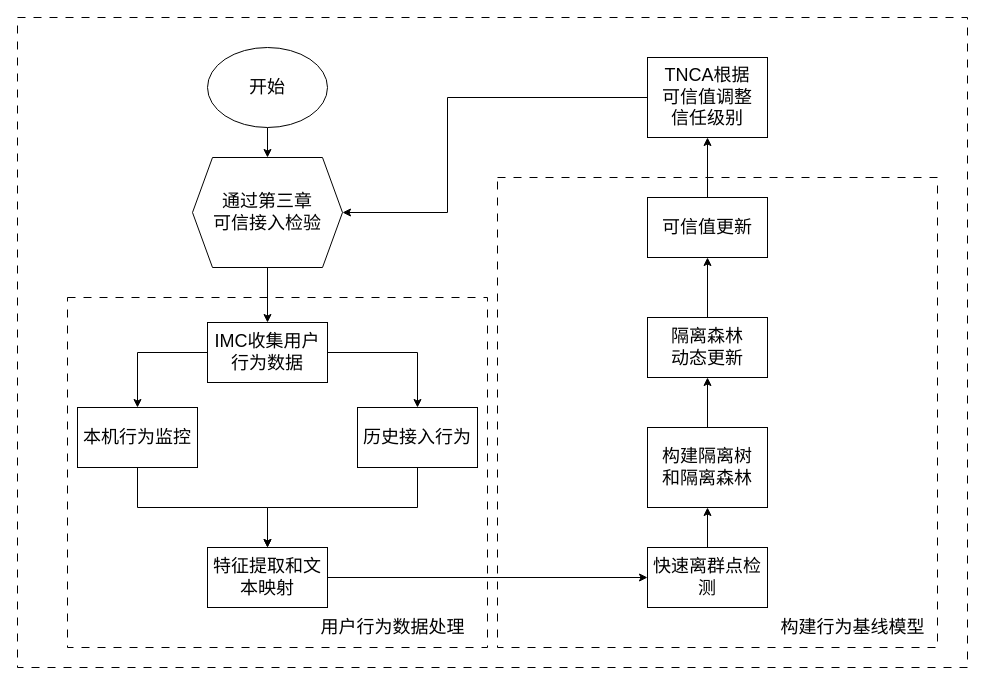
The draw.io diagram testDirectory/持续接入检验流程.drawio in Moose1273/-, before the edit. Source tidied: cells renumbered, new cells numbered last; positions are measured from the earlier drawing's top-left corner, leaving out a move shared by most shapes. Both pictures are drawn from the tidied source at 100%, with x=0, y=0 at pixel (17, 17).
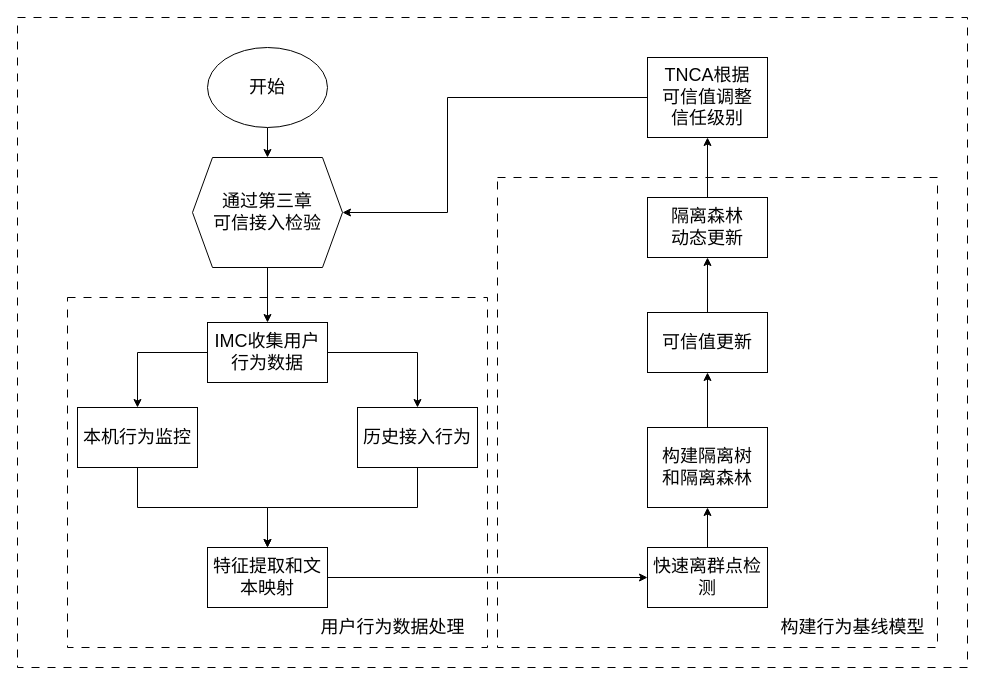
The same diagram, later.

Commit message:
更新持续接入检验流程.drawio

Unchanged cells that the change refers to:
```xml
<mxCell id="21" value="构建隔离树&lt;br style=&quot;font-size: 18px;&quot;&gt;和隔离森林" style="whiteSpace=wrap;html=1;fontSize=18;" parent="1" vertex="1">
  <mxGeometry x="630" y="410" width="120" height="80" as="geometry" />
</mxCell>
<mxCell id="27" value="TNCA根据&lt;br&gt;可信值调整&lt;br&gt;信任级别" style="whiteSpace=wrap;html=1;fontSize=18;" parent="1" vertex="1">
  <mxGeometry x="630" y="40" width="120" height="80" as="geometry" />
</mxCell>
```

Change to the diagram source:
```diff
@@
-    <mxCell id="20" style="edgeStyle=orthogonalEdgeStyle;rounded=0;jettySize=auto;html=1;exitX=0.5;exitY=0;exitDx=0;exitDy=0;entryX=0.5;entryY=1;entryDx=0;entryDy=0;fontSize=18;" parent="1" edge="1" source="21" target="23">
-      <mxGeometry relative="1" as="geometry" />
-    </mxCell>
+    <mxCell id="30" style="edgeStyle=orthogonalEdgeStyle;rounded=0;jettySize=auto;html=1;exitX=0.5;exitY=0;exitDx=0;exitDy=0;entryX=0.5;entryY=1;entryDx=0;entryDy=0;" parent="1" edge="1" source="21" target="25">
+      <mxGeometry relative="1" as="geometry" />
+    </mxCell>
@@
-    <mxCell id="22" style="edgeStyle=orthogonalEdgeStyle;rounded=0;jettySize=auto;html=1;exitX=0.5;exitY=0;exitDx=0;exitDy=0;entryX=0.5;entryY=1;entryDx=0;entryDy=0;fontSize=18;" parent="1" edge="1" source="23" target="25">
-      <mxGeometry relative="1" as="geometry" />
-    </mxCell>
+    <mxCell id="31" style="edgeStyle=orthogonalEdgeStyle;rounded=0;jettySize=auto;html=1;exitX=0.5;exitY=0;exitDx=0;exitDy=0;entryX=0.5;entryY=1;entryDx=0;entryDy=0;" parent="1" edge="1" source="23" target="27">
+      <mxGeometry relative="1" as="geometry" />
+    </mxCell>
     <mxCell id="23" value="隔离森林&lt;br&gt;动态更新" style="whiteSpace=wrap;html=1;fontSize=18;" parent="1" vertex="1">
-      <mxGeometry x="630" y="300" width="120" height="60" as="geometry" />
+      <mxGeometry x="630" y="180" width="120" height="60" as="geometry" />
     </mxCell>
-    <mxCell id="24" style="edgeStyle=orthogonalEdgeStyle;rounded=0;jettySize=auto;html=1;fontSize=18;" parent="1" edge="1" source="25" target="27">
-      <mxGeometry relative="1" as="geometry" />
-    </mxCell>
+    <mxCell id="32" style="edgeStyle=orthogonalEdgeStyle;rounded=0;jettySize=auto;html=1;exitX=0.5;exitY=0;exitDx=0;exitDy=0;" parent="1" edge="1" source="25" target="23">
+      <mxGeometry relative="1" as="geometry" />
+    </mxCell>
     <mxCell id="25" value="可信值更新" style="whiteSpace=wrap;html=1;fontSize=18;" parent="1" vertex="1">
-      <mxGeometry x="630" y="180" width="120" height="60" as="geometry" />
+      <mxGeometry x="630" y="295" width="120" height="60" as="geometry" />
     </mxCell>
```
